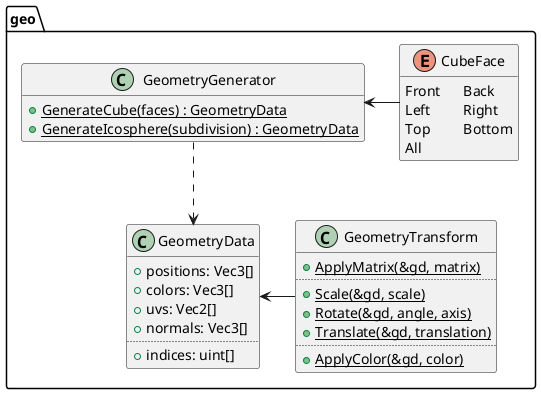
Before: design/shapes.png, a diagram exported from PlantUML (ba6er/marblemaze).
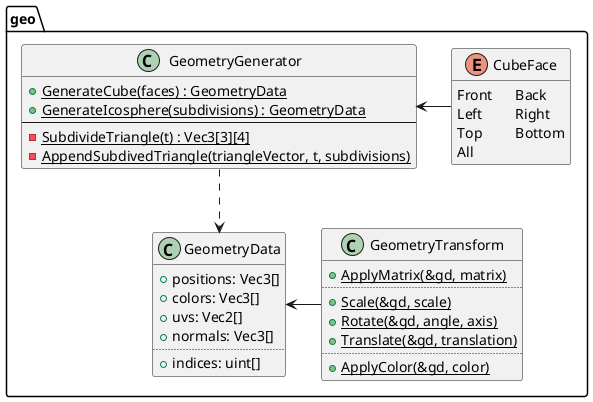
After the commit.

Commit message:
Added icosphere subdivision

What changed in the source:
```diff
@@ -21,7 +21,10 @@
 
 class geo::GeometryGenerator {
 	{static} +GenerateCube(faces) : GeometryData
-	{static} +GenerateIcosphere(subdivision) : GeometryData
+	{static} +GenerateIcosphere(subdivisions) : GeometryData
+	--
+	{static} -SubdivideTriangle(t) : Vec3[3][4]
+	{static} -AppendSubdivedTriangle(triangleVector, t, subdivisions)
 }
 hide GeometryGenerator fields
 
```
